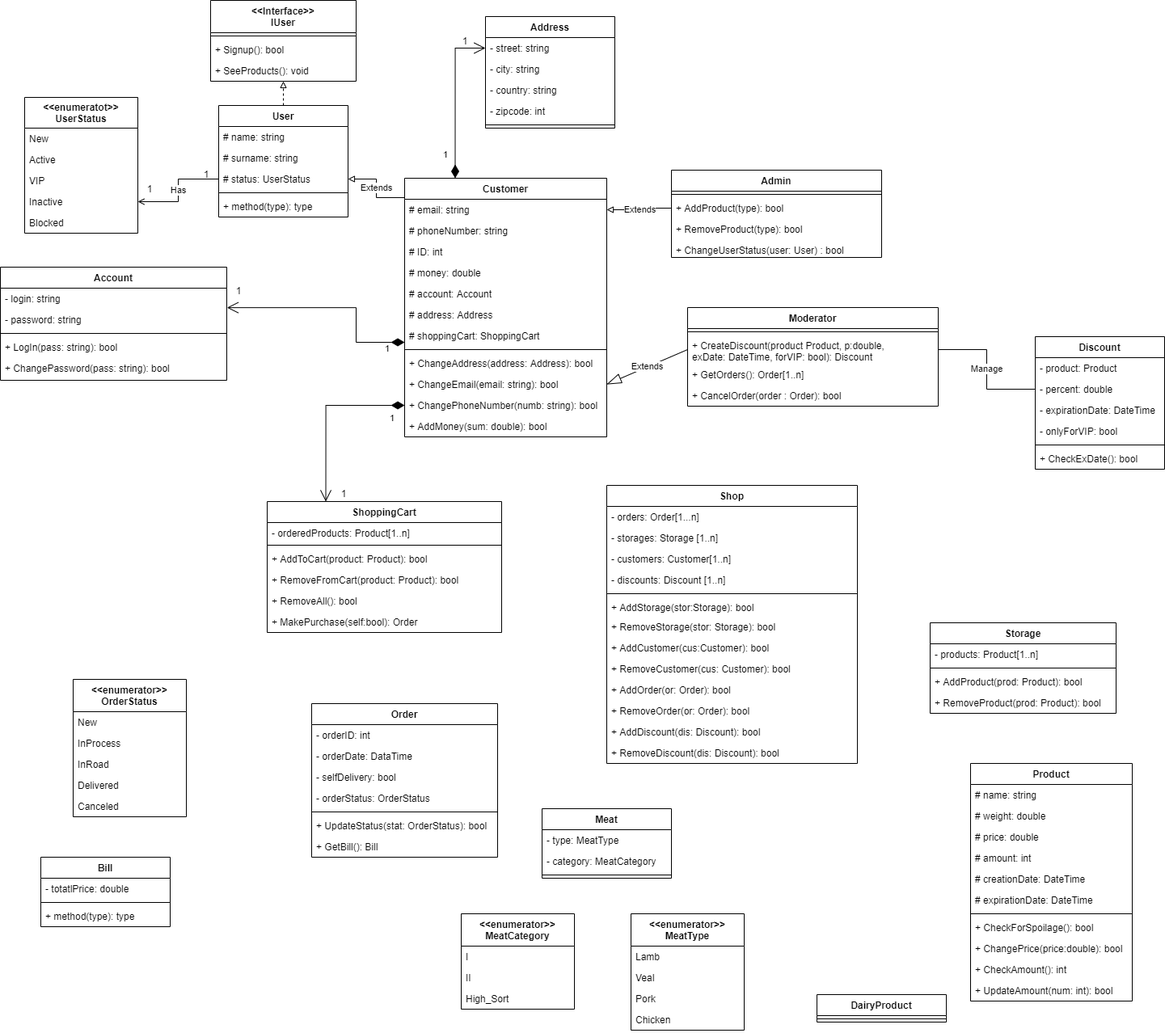
This is ShopConseptualUML.drawio.png from olh-msk/SigmaTask10, a draw.io export, as it was before one commit. Source tidied: cells renumbered, new cells last; positions are measured from the earlier drawing's top-left corner, leaving out a move shared by most shapes.
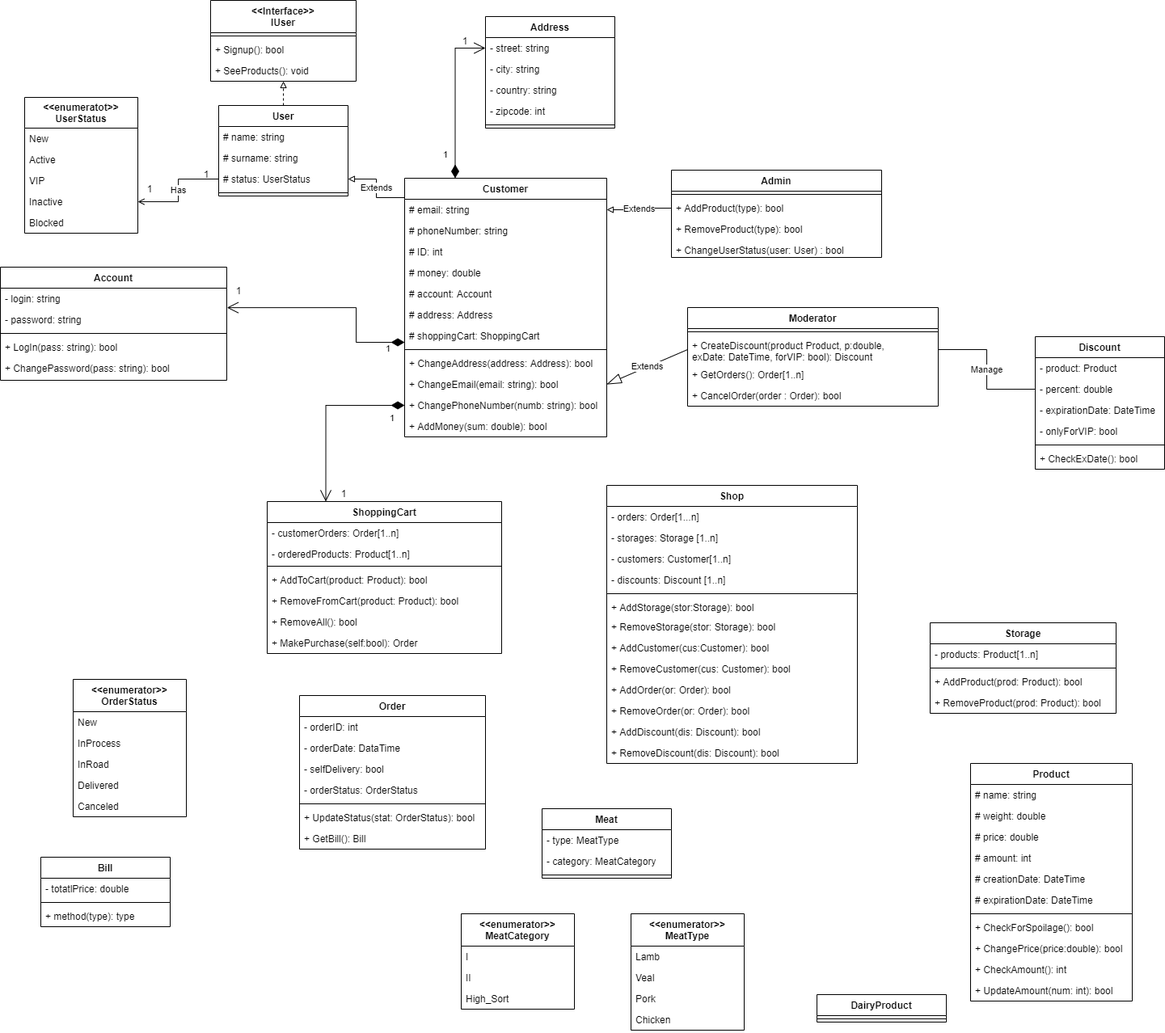
Later version of the same file.

What changed in the source:
```diff
@@ -56,7 +56,7 @@
       <mxGeometry relative="1" as="geometry" />
     </mxCell>
     <mxCell id="18" value="User" style="swimlane;fontStyle=1;align=center;verticalAlign=top;horizontal=1;startSize=26;" parent="1" vertex="1">
-      <mxGeometry x="270" y="130" width="160" height="138" as="geometry" />
+      <mxGeometry x="270" y="130" width="160" height="112" as="geometry" />
     </mxCell>
     <mxCell id="19" value="# name: string" style="text;strokeColor=none;fillColor=none;align=left;verticalAlign=top;spacingLeft=4;spacingRight=4;overflow=hidden;" parent="18" vertex="1">
       <mxGeometry y="26" width="160" height="26" as="geometry" />
@@ -70,9 +70,6 @@
     <mxCell id="22" style="line;strokeWidth=1;fillColor=none;align=left;verticalAlign=middle;spacingTop=-1;spacingLeft=3;spacingRight=3;labelPosition=right;" parent="18" vertex="1">
       <mxGeometry y="104" width="160" height="8" as="geometry" />
     </mxCell>
-    <mxCell id="23" value="+ method(type): type" style="text;strokeColor=none;fillColor=none;align=left;verticalAlign=top;spacingLeft=4;spacingRight=4;overflow=hidden;" parent="18" vertex="1">
-      <mxGeometry y="112" width="160" height="26" as="geometry" />
-    </mxCell>
     <mxCell id="24" value="Address" style="swimlane;fontStyle=1;align=center;verticalAlign=top;horizontal=1;startSize=26;" parent="1" vertex="1">
       <mxGeometry x="600" y="20" width="160" height="138" as="geometry" />
     </mxCell>
@@ -152,25 +149,28 @@
       <mxGeometry y="294" width="250" height="26" as="geometry" />
     </mxCell>
     <mxCell id="50" value="ShoppingCart" style="swimlane;fontStyle=1;align=center;verticalAlign=top;horizontal=1;startSize=26;" parent="1" vertex="1">
-      <mxGeometry x="330" y="620" width="290" height="162" as="geometry" />
+      <mxGeometry x="330" y="620" width="290" height="188" as="geometry" />
     </mxCell>
+    <mxCell id="145" value="- customerOrders: Order[1..n]" style="text;strokeColor=none;fillColor=none;align=left;verticalAlign=top;spacingLeft=4;spacingRight=4;overflow=hidden;" parent="50" vertex="1">
+      <mxGeometry y="26" width="290" height="26" as="geometry" />
+    </mxCell>
     <mxCell id="51" value="- orderedProducts: Product[1..n]" style="text;strokeColor=none;fillColor=none;align=left;verticalAlign=top;spacingLeft=4;spacingRight=4;overflow=hidden;" parent="50" vertex="1">
-      <mxGeometry y="26" width="290" height="24" as="geometry" />
+      <mxGeometry y="52" width="290" height="24" as="geometry" />
     </mxCell>
     <mxCell id="52" style="line;strokeWidth=1;fillColor=none;align=left;verticalAlign=middle;spacingTop=-1;spacingLeft=3;spacingRight=3;labelPosition=right;" parent="50" vertex="1">
-      <mxGeometry y="50" width="290" height="8" as="geometry" />
+      <mxGeometry y="76" width="290" height="8" as="geometry" />
     </mxCell>
     <mxCell id="53" value="+ AddToCart(product: Product): bool" style="text;strokeColor=none;fillColor=none;align=left;verticalAlign=top;spacingLeft=4;spacingRight=4;overflow=hidden;" parent="50" vertex="1">
-      <mxGeometry y="58" width="290" height="26" as="geometry" />
+      <mxGeometry y="84" width="290" height="26" as="geometry" />
     </mxCell>
     <mxCell id="54" value="+ RemoveFromCart(product: Product): bool" style="text;strokeColor=none;fillColor=none;align=left;verticalAlign=top;spacingLeft=4;spacingRight=4;overflow=hidden;" parent="50" vertex="1">
-      <mxGeometry y="84" width="290" height="26" as="geometry" />
+      <mxGeometry y="110" width="290" height="26" as="geometry" />
     </mxCell>
     <mxCell id="55" value="+ RemoveAll(): bool" style="text;strokeColor=none;fillColor=none;align=left;verticalAlign=top;spacingLeft=4;spacingRight=4;overflow=hidden;" parent="50" vertex="1">
-      <mxGeometry y="110" width="290" height="26" as="geometry" />
+      <mxGeometry y="136" width="290" height="26" as="geometry" />
     </mxCell>
     <mxCell id="56" value="+ MakePurchase(self:bool): Order" style="text;strokeColor=none;fillColor=none;align=left;verticalAlign=top;spacingLeft=4;spacingRight=4;overflow=hidden;" parent="50" vertex="1">
-      <mxGeometry y="136" width="290" height="26" as="geometry" />
+      <mxGeometry y="162" width="290" height="26" as="geometry" />
     </mxCell>
     <mxCell id="57" value="&lt;&lt;enumeratot&gt;&gt;&#10;UserStatus" style="swimlane;fontStyle=1;horizontal=1;startSize=38;fillColor=none;" parent="1" vertex="1">
       <mxGeometry x="30" y="120" width="140" height="168" as="geometry" />
@@ -283,7 +283,7 @@
       <mxGeometry y="60" width="160" height="26" as="geometry" />
     </mxCell>
     <mxCell id="91" value="Order" style="swimlane;fontStyle=1;align=center;verticalAlign=top;horizontal=1;startSize=26;" parent="1" vertex="1">
-      <mxGeometry x="385" y="870" width="230" height="190" as="geometry" />
+      <mxGeometry x="370" y="860" width="230" height="190" as="geometry" />
     </mxCell>
     <mxCell id="92" value="- orderID: int" style="text;strokeColor=none;fillColor=none;align=left;verticalAlign=top;spacingLeft=4;spacingRight=4;overflow=hidden;" parent="91" vertex="1">
       <mxGeometry y="26" width="230" height="26" as="geometry" />
```
